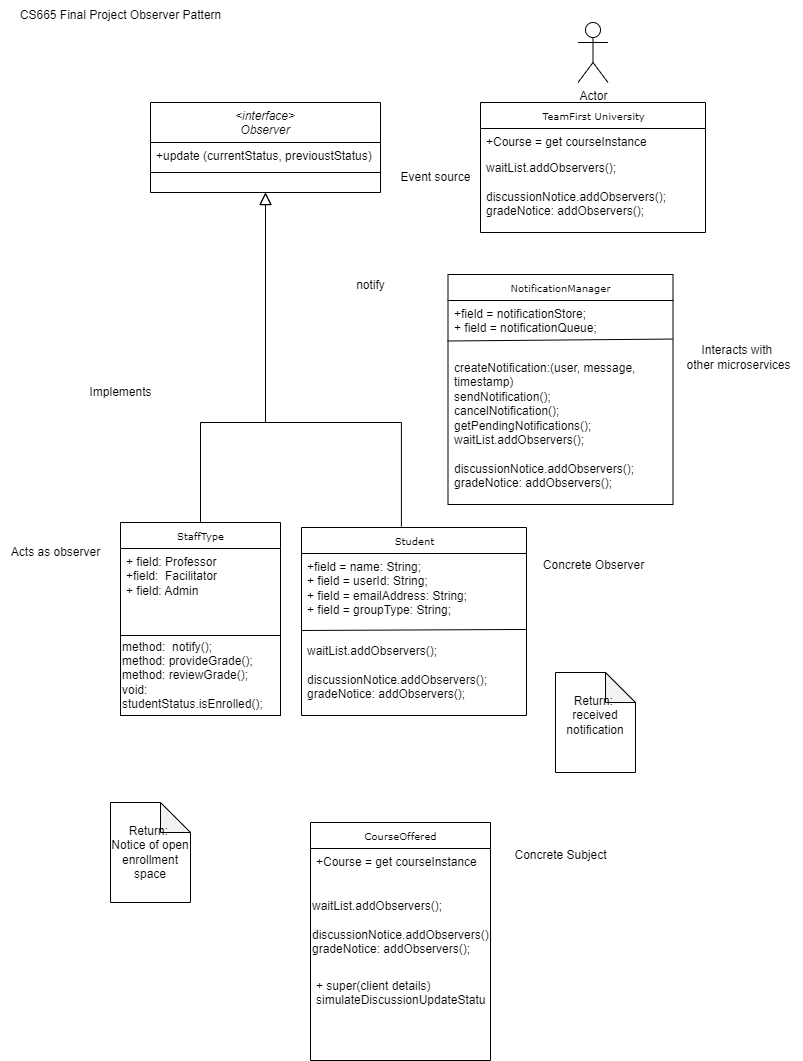
The draw.io diagram Observer Diag.drawio.png in jimmyjazz31/CSSFinalProject, before a commit. Source tidied: cells renumbered, new cells last; positions are measured from the earlier drawing's top-left corner, leaving out a move shared by most shapes.
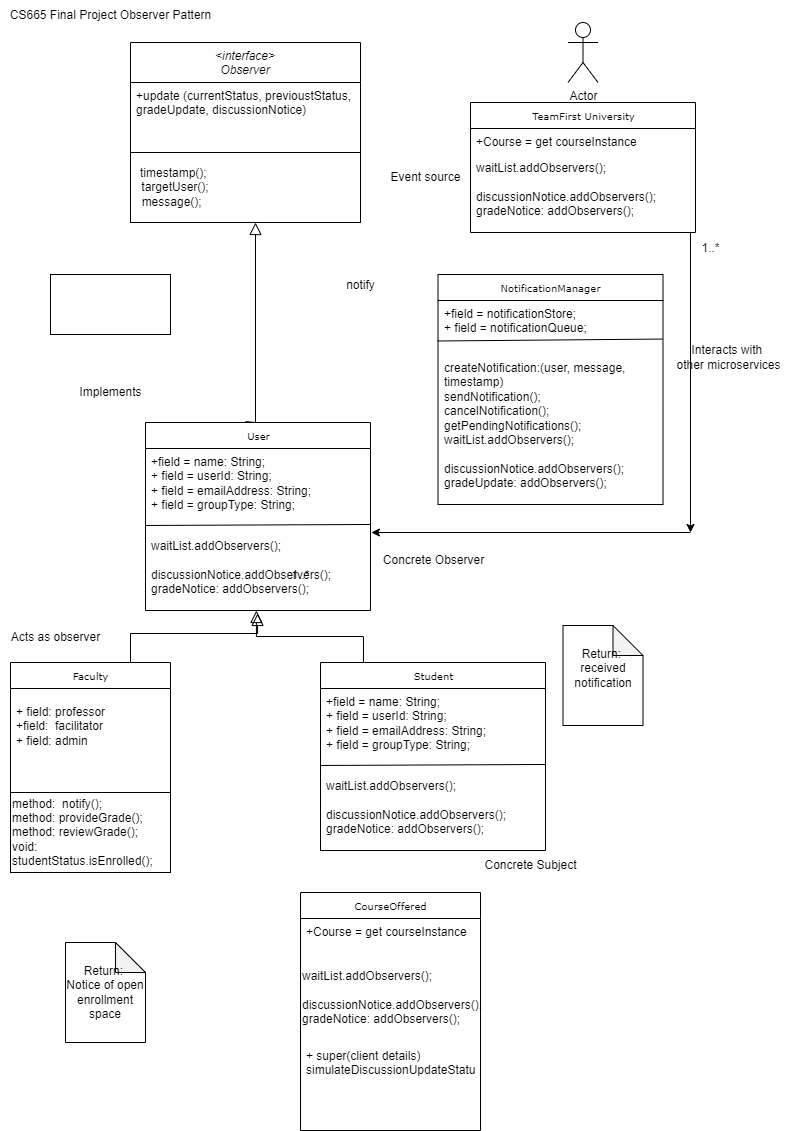
The same diagram one commit later.

Diff of the diagram source:
```diff
@@ -3,45 +3,36 @@
     <mxCell id="0" />
     <mxCell id="1" parent="0" />
     <mxCell id="2" value="&lt;interface&gt;&#10;Observer" style="swimlane;fontStyle=2;align=center;verticalAlign=top;horizontal=1;startSize=40;rounded=0;shadow=0;strokeWidth=1;" parent="1" vertex="1">
-      <mxGeometry x="150" y="102" width="230" height="90" as="geometry" />
+      <mxGeometry x="140" y="42" width="230" height="118" as="geometry" />
     </mxCell>
-    <mxCell id="3" value="+update (currentStatus, previoustStatus)" style="text;align=left;verticalAlign=top;spacingLeft=4;spacingRight=4;overflow=hidden;" parent="2" vertex="1">
-      <mxGeometry y="40" width="230" height="26" as="geometry" />
+    <mxCell id="3" value="+update (currentStatus, previoustStatus,&#10;gradeUpdate, discussionNotice)" style="text;align=left;verticalAlign=top;spacingLeft=4;spacingRight=4;overflow=hidden;" parent="2" vertex="1">
+      <mxGeometry y="40" width="230" height="70" as="geometry" />
     </mxCell>
     <mxCell id="4" style="line;html=1;strokeWidth=1;align=left;verticalAlign=middle;spacingTop=-1;spacingLeft=3;spacingRight=3;labelPosition=right;" parent="2" vertex="1">
-      <mxGeometry y="66" width="230" height="8" as="geometry" />
+      <mxGeometry y="110" width="230" height="8" as="geometry" />
     </mxCell>
-    <mxCell id="5" style="endArrow=block;endSize=10;endFill=0;shadow=0;strokeWidth=1;rounded=0;curved=0;edgeStyle=elbowEdgeStyle;elbow=vertical;exitX=0.5;exitY=0;exitDx=0;exitDy=0;" parent="1" edge="1" source="7" target="2">
-      <mxGeometry relative="1" as="geometry">
-        <Array as="points">
-          <mxPoint x="265" y="422" />
-        </Array>
-      </mxGeometry>
-    </mxCell>
-    <mxCell id="6" style="endArrow=block;endSize=10;endFill=0;shadow=0;strokeWidth=1;rounded=0;curved=0;edgeStyle=elbowEdgeStyle;elbow=vertical;exitX=0.444;exitY=-0.005;exitDx=0;exitDy=0;exitPerimeter=0;" parent="1" edge="1" source="23" target="2">
+    <mxCell id="6" style="endArrow=block;endSize=10;endFill=0;shadow=0;strokeWidth=1;rounded=0;curved=0;edgeStyle=elbowEdgeStyle;elbow=vertical;exitX=0.444;exitY=-0.005;exitDx=0;exitDy=0;exitPerimeter=0;" parent="1" edge="1" source="23">
       <mxGeometry relative="1" as="geometry">
+        <mxPoint x="265" y="222" as="targetPoint" />
         <Array as="points">
           <mxPoint x="265" y="422" />
         </Array>
       </mxGeometry>
     </mxCell>
-    <mxCell id="7" value="StaffType" style="swimlane;html=1;fontStyle=0;horizontal=1;startSize=26;fillColor=none;swimlaneFillColor=#ffffff;rounded=0;shadow=0;comic=0;labelBackgroundColor=none;strokeWidth=1;fontFamily=Verdana;fontSize=10;align=center;" parent="1" vertex="1">
-      <mxGeometry x="120" y="522" width="160" height="130" as="geometry" />
+    <mxCell id="7" value="Faculty" style="swimlane;html=1;fontStyle=0;horizontal=1;startSize=26;fillColor=none;swimlaneFillColor=#ffffff;rounded=0;shadow=0;comic=0;labelBackgroundColor=none;strokeWidth=1;fontFamily=Verdana;fontSize=10;align=center;" parent="1" vertex="1">
+      <mxGeometry x="20" y="662" width="160" height="130" as="geometry" />
     </mxCell>
-    <mxCell id="8" value="+ field: Professor&amp;nbsp;&lt;div&gt;+field:&amp;nbsp; Facilitator&amp;nbsp;&lt;/div&gt;&lt;div&gt;+ field: Admin&lt;/div&gt;" style="text;html=1;strokeColor=none;fillColor=none;align=left;verticalAlign=top;spacingLeft=4;spacingRight=4;whiteSpace=wrap;overflow=hidden;" parent="7" vertex="1">
-      <mxGeometry y="26" width="160" height="94" as="geometry" />
-    </mxCell>
     <mxCell id="9" value="Implements" style="text;html=1;align=center;verticalAlign=middle;strokeColor=none;fillColor=none;" parent="1" vertex="1">
       <mxGeometry x="75" y="377" width="90" height="30" as="geometry" />
     </mxCell>
     <mxCell id="10" value="method:&amp;nbsp; notify();&lt;div&gt;method: provideGrade();&lt;/div&gt;&lt;div&gt;method: reviewGrade();&lt;/div&gt;&lt;div&gt;void:&amp;nbsp;&lt;/div&gt;&lt;div&gt;studentStatus.isEnrolled();&lt;/div&gt;" style="rounded=0;whiteSpace=wrap;html=1;align=left;" parent="1" vertex="1">
-      <mxGeometry x="120" y="635" width="160" height="80" as="geometry" />
+      <mxGeometry x="20" y="792" width="160" height="80" as="geometry" />
     </mxCell>
     <mxCell id="11" value="Return:&amp;nbsp; Notice of open enrollment space" style="shape=note;whiteSpace=wrap;html=1;backgroundOutline=1;darkOpacity=0.05;" parent="1" vertex="1">
-      <mxGeometry x="110" y="802" width="80" height="100" as="geometry" />
+      <mxGeometry x="75" y="942" width="80" height="100" as="geometry" />
     </mxCell>
     <mxCell id="12" value="&lt;div&gt;CourseOffered&lt;/div&gt;" style="swimlane;html=1;fontStyle=0;horizontal=1;startSize=26;fillColor=none;swimlaneFillColor=#ffffff;rounded=0;shadow=0;comic=0;labelBackgroundColor=none;strokeWidth=1;fontFamily=Verdana;fontSize=10;align=center;" parent="1" vertex="1">
-      <mxGeometry x="310" y="822" width="180" height="238" as="geometry" />
+      <mxGeometry x="310" y="892" width="180" height="238" as="geometry" />
     </mxCell>
     <mxCell id="13" value="+Course = get courseInstance" style="text;html=1;strokeColor=none;fillColor=none;align=left;verticalAlign=top;spacingLeft=4;spacingRight=4;whiteSpace=wrap;overflow=hidden;" parent="12" vertex="1">
       <mxGeometry y="26" width="180" height="44" as="geometry" />
@@ -62,7 +53,7 @@
       <mxGeometry y="52" width="225" height="68" as="geometry" />
     </mxCell>
     <mxCell id="19" value="Acts as observer" style="text;html=1;align=center;verticalAlign=middle;strokeColor=none;fillColor=none;" parent="1" vertex="1">
-      <mxGeometry y="537" width="110" height="30" as="geometry" />
+      <mxGeometry x="10" y="622" width="110" height="30" as="geometry" />
     </mxCell>
     <mxCell id="20" value="notify" style="text;html=1;align=center;verticalAlign=middle;strokeColor=none;fillColor=none;" parent="1" vertex="1">
       <mxGeometry x="345" y="270" width="50" height="30" as="geometry" />
@@ -73,8 +64,8 @@
     <mxCell id="22" value="CS665 Final Project Observer Pattern" style="text;html=1;align=center;verticalAlign=middle;strokeColor=none;fillColor=none;" parent="1" vertex="1">
       <mxGeometry x="10" width="220" height="30" as="geometry" />
     </mxCell>
-    <mxCell id="23" value="Student" style="swimlane;html=1;fontStyle=0;horizontal=1;startSize=26;fillColor=none;swimlaneFillColor=#ffffff;rounded=0;shadow=0;comic=0;labelBackgroundColor=none;strokeWidth=1;fontFamily=Verdana;fontSize=10;align=center;" parent="1" vertex="1">
-      <mxGeometry x="301" y="527" width="225" height="188" as="geometry" />
+    <mxCell id="23" value="User" style="swimlane;html=1;fontStyle=0;horizontal=1;startSize=26;fillColor=none;swimlaneFillColor=#ffffff;rounded=0;shadow=0;comic=0;labelBackgroundColor=none;strokeWidth=1;fontFamily=Verdana;fontSize=10;align=center;" parent="1" vertex="1">
+      <mxGeometry x="155" y="422" width="225" height="188" as="geometry" />
     </mxCell>
     <mxCell id="24" value="+field = name: String;&amp;nbsp;&lt;div&gt;+ field = userId: String;&lt;/div&gt;&lt;div&gt;+ field = emailAddress: String;&lt;/div&gt;&lt;div&gt;+ field = groupType: String;&lt;/div&gt;" style="text;html=1;strokeColor=none;fillColor=none;align=left;verticalAlign=top;spacingLeft=4;spacingRight=4;whiteSpace=wrap;overflow=hidden;points=[[0,0.5],[1,0.5]];portConstraint=eastwest;" parent="23" vertex="1">
       <mxGeometry y="26" width="225" height="84" as="geometry" />
@@ -86,16 +77,16 @@
       <mxGeometry relative="1" as="geometry" />
     </mxCell>
     <mxCell id="27" value="Concrete Observer&lt;div&gt;&lt;br&gt;&lt;/div&gt;" style="text;html=1;align=center;verticalAlign=middle;strokeColor=none;fillColor=none;" parent="1" vertex="1">
-      <mxGeometry x="532.5" y="552" width="120" height="40" as="geometry" />
+      <mxGeometry x="382.5" y="547" width="120" height="40" as="geometry" />
     </mxCell>
     <mxCell id="28" value="Return:&amp;nbsp; received notification&lt;div&gt;&lt;br&gt;&lt;/div&gt;" style="shape=note;whiteSpace=wrap;html=1;backgroundOutline=1;darkOpacity=0.05;" parent="1" vertex="1">
-      <mxGeometry x="555" y="672" width="80" height="100" as="geometry" />
+      <mxGeometry x="572.5" y="625" width="80" height="100" as="geometry" />
     </mxCell>
     <mxCell id="29" value="Actor" style="shape=umlActor;verticalLabelPosition=bottom;verticalAlign=top;html=1;" parent="1" vertex="1">
       <mxGeometry x="577.5" y="22" width="30" height="60" as="geometry" />
     </mxCell>
     <mxCell id="30" value="Concrete Subject&lt;div&gt;&lt;br&gt;&lt;/div&gt;" style="text;html=1;align=center;verticalAlign=middle;strokeColor=none;fillColor=none;" parent="1" vertex="1">
-      <mxGeometry x="500" y="842" width="120" height="40" as="geometry" />
+      <mxGeometry x="480" y="852" width="120" height="40" as="geometry" />
     </mxCell>
     <mxCell id="31" value="NotificationManager" style="swimlane;html=1;fontStyle=0;horizontal=1;startSize=26;fillColor=none;swimlaneFillColor=#ffffff;rounded=0;shadow=0;comic=0;labelBackgroundColor=none;strokeWidth=1;fontFamily=Verdana;fontSize=10;align=center;" parent="1" vertex="1">
       <mxGeometry x="447.5" y="274" width="225" height="230" as="geometry" />
@@ -103,7 +94,7 @@
     <mxCell id="32" value="+field = notificationStore;&amp;nbsp;&lt;div&gt;+ field = notificationQueue;&lt;/div&gt;&lt;div&gt;&lt;br&gt;&lt;/div&gt;" style="text;html=1;strokeColor=none;fillColor=none;align=left;verticalAlign=top;spacingLeft=4;spacingRight=4;whiteSpace=wrap;overflow=hidden;" parent="31" vertex="1">
       <mxGeometry y="26" width="225" height="54" as="geometry" />
     </mxCell>
-    <mxCell id="33" value="createNotification:(user, message, timestamp)&lt;div&gt;sendNotification();&lt;/div&gt;&lt;div&gt;cancelNotification();&lt;/div&gt;&lt;div&gt;getPendingNotifications();&lt;/div&gt;&lt;div&gt;waitList.addObservers();&lt;div&gt;&lt;br&gt;&lt;/div&gt;&lt;div&gt;discussionNotice.addObservers();&lt;/div&gt;&lt;div&gt;gradeNotice: addObservers();&lt;/div&gt;&lt;/div&gt;" style="text;html=1;strokeColor=none;fillColor=none;align=left;verticalAlign=top;spacingLeft=4;spacingRight=4;whiteSpace=wrap;overflow=hidden;points=[[0,0.5],[1,0.5]];portConstraint=eastwest;" parent="31" vertex="1">
+    <mxCell id="33" value="createNotification:(user, message, timestamp)&lt;div&gt;sendNotification();&lt;/div&gt;&lt;div&gt;cancelNotification();&lt;/div&gt;&lt;div&gt;getPendingNotifications();&lt;/div&gt;&lt;div&gt;waitList.addObservers();&lt;div&gt;&lt;br&gt;&lt;/div&gt;&lt;div&gt;discussionNotice.addObservers();&lt;/div&gt;&lt;div&gt;gradeUpdate: addObservers();&lt;/div&gt;&lt;/div&gt;" style="text;html=1;strokeColor=none;fillColor=none;align=left;verticalAlign=top;spacingLeft=4;spacingRight=4;whiteSpace=wrap;overflow=hidden;points=[[0,0.5],[1,0.5]];portConstraint=eastwest;" parent="31" vertex="1">
       <mxGeometry y="80" width="225" height="150" as="geometry" />
     </mxCell>
     <mxCell id="34" style="endArrow=none;html=1;rounded=0;exitX=-0.002;exitY=-0.09;exitDx=0;exitDy=0;exitPerimeter=0;entryX=0.998;entryY=-0.103;entryDx=0;entryDy=0;entryPerimeter=0;" parent="31" edge="1" source="33" target="33">
@@ -112,5 +103,53 @@
     <mxCell id="35" value="Interacts with&amp;nbsp;&lt;div&gt;other microservices&lt;/div&gt;" style="text;html=1;align=center;verticalAlign=middle;strokeColor=none;fillColor=none;" parent="1" vertex="1">
       <mxGeometry x="672.5" y="337" width="130" height="40" as="geometry" />
     </mxCell>
+    <mxCell id="36" style="endArrow=classic;html=1;rounded=0;" parent="1" edge="1">
+      <mxGeometry relative="1" as="geometry">
+        <mxPoint x="700" y="232" as="sourcePoint" />
+        <mxPoint x="700" y="532" as="targetPoint" />
+      </mxGeometry>
+    </mxCell>
+    <mxCell id="37" style="endArrow=classic;html=1;rounded=0;entryX=1.004;entryY=1;entryDx=0;entryDy=0;entryPerimeter=0;" parent="1" edge="1" target="24">
+      <mxGeometry relative="1" as="geometry">
+        <mxPoint x="700" y="532" as="sourcePoint" />
+      </mxGeometry>
+    </mxCell>
+    <mxCell id="38" value="1..*&lt;div&gt;&lt;br&gt;&lt;/div&gt;" style="text;html=1;align=center;verticalAlign=middle;strokeColor=none;fillColor=none;" parent="1" vertex="1">
+      <mxGeometry x="700" y="235" width="40" height="40" as="geometry" />
+    </mxCell>
+    <mxCell id="39" value="1..*" style="text;html=1;align=center;verticalAlign=middle;strokeColor=none;fillColor=none;" parent="1" vertex="1">
+      <mxGeometry x="290" y="560" width="40" height="30" as="geometry" />
+    </mxCell>
+    <mxCell id="40" value="Student" style="swimlane;html=1;fontStyle=0;horizontal=1;startSize=26;fillColor=none;swimlaneFillColor=#ffffff;rounded=0;shadow=0;comic=0;labelBackgroundColor=none;strokeWidth=1;fontFamily=Verdana;fontSize=10;align=center;" parent="1" vertex="1">
+      <mxGeometry x="330" y="662" width="225" height="188" as="geometry" />
+    </mxCell>
+    <mxCell id="41" value="+field = name: String;&amp;nbsp;&lt;div&gt;+ field = userId: String;&lt;/div&gt;&lt;div&gt;+ field = emailAddress: String;&lt;/div&gt;&lt;div&gt;+ field = groupType: String;&lt;/div&gt;" style="text;html=1;strokeColor=none;fillColor=none;align=left;verticalAlign=top;spacingLeft=4;spacingRight=4;whiteSpace=wrap;overflow=hidden;" parent="40" vertex="1">
+      <mxGeometry y="26" width="225" height="84" as="geometry" />
+    </mxCell>
+    <mxCell id="42" value="waitList.addObservers();&lt;div&gt;&lt;br&gt;&lt;/div&gt;&lt;div&gt;discussionNotice.addObservers();&lt;/div&gt;&lt;div&gt;gradeNotice: addObservers();&lt;/div&gt;" style="text;html=1;strokeColor=none;fillColor=none;align=left;verticalAlign=top;spacingLeft=4;spacingRight=4;whiteSpace=wrap;overflow=hidden;points=[[0,0.5],[1,0.5]];portConstraint=eastwest;" parent="40" vertex="1">
+      <mxGeometry y="110" width="225" height="78" as="geometry" />
+    </mxCell>
+    <mxCell id="43" style="endArrow=none;html=1;rounded=0;exitX=-0.002;exitY=-0.09;exitDx=0;exitDy=0;exitPerimeter=0;entryX=0.998;entryY=-0.103;entryDx=0;entryDy=0;entryPerimeter=0;" parent="40" edge="1" source="42" target="42">
+      <mxGeometry relative="1" as="geometry" />
+    </mxCell>
+    <mxCell id="44" style="rounded=0;whiteSpace=wrap;html=1;" parent="1" vertex="1">
+      <mxGeometry x="60" y="274" width="120" height="60" as="geometry" />
+    </mxCell>
+    <mxCell id="45" value="timestamp();&amp;nbsp; &amp;nbsp; &amp;nbsp; &amp;nbsp; &amp;nbsp; &amp;nbsp; &amp;nbsp; &amp;nbsp; &amp;nbsp; &amp;nbsp; &amp;nbsp; &amp;nbsp; &amp;nbsp; &amp;nbsp; &amp;nbsp; &amp;nbsp; &amp;nbsp; &amp;nbsp; &amp;nbsp; &amp;nbsp; &amp;nbsp; &amp;nbsp;&lt;div&gt;targetUser();&amp;nbsp; &amp;nbsp; &amp;nbsp; &amp;nbsp; &amp;nbsp; &amp;nbsp; &amp;nbsp; &amp;nbsp; &amp;nbsp; &amp;nbsp; &amp;nbsp; &amp;nbsp; &amp;nbsp; &amp;nbsp; &amp;nbsp; &amp;nbsp; &amp;nbsp; &amp;nbsp; &amp;nbsp; &amp;nbsp; &amp;nbsp;&amp;nbsp;&lt;/div&gt;&lt;div&gt;message();&amp;nbsp; &amp;nbsp; &amp;nbsp; &amp;nbsp; &amp;nbsp; &amp;nbsp; &amp;nbsp; &amp;nbsp; &amp;nbsp; &amp;nbsp; &amp;nbsp; &amp;nbsp; &amp;nbsp; &amp;nbsp; &amp;nbsp; &amp;nbsp; &amp;nbsp; &amp;nbsp; &amp;nbsp; &amp;nbsp; &amp;nbsp; &amp;nbsp;&amp;nbsp;&lt;/div&gt;" style="rounded=0;whiteSpace=wrap;html=1;" parent="1" vertex="1">
+      <mxGeometry x="140" y="152" width="230" height="70" as="geometry" />
+    </mxCell>
+    <mxCell id="8" value="+ field: professor&amp;nbsp;&lt;div&gt;+field:&amp;nbsp; facilitator&amp;nbsp;&lt;/div&gt;&lt;div&gt;+ field: admin&lt;/div&gt;" style="text;html=1;strokeColor=none;fillColor=none;align=left;verticalAlign=top;spacingLeft=4;spacingRight=4;whiteSpace=wrap;overflow=hidden;" parent="1" vertex="1">
+      <mxGeometry x="20" y="698" width="160" height="94" as="geometry" />
+    </mxCell>
+    <mxCell id="46" style="endArrow=block;endSize=10;endFill=0;shadow=0;strokeWidth=1;rounded=0;curved=0;edgeStyle=elbowEdgeStyle;elbow=vertical;exitX=0.75;exitY=0;exitDx=0;exitDy=0;entryX=0.498;entryY=1.038;entryDx=0;entryDy=0;entryPerimeter=0;" parent="1" edge="1" source="7" target="25">
+      <mxGeometry relative="1" as="geometry">
+        <Array as="points">
+          <mxPoint x="280" y="633" />
+        </Array>
+      </mxGeometry>
+    </mxCell>
+    <mxCell id="47" style="endArrow=block;endSize=10;endFill=0;shadow=0;strokeWidth=1;rounded=0;curved=0;edgeStyle=elbowEdgeStyle;elbow=vertical;exitX=0.191;exitY=0;exitDx=0;exitDy=0;entryX=0.493;entryY=1;entryDx=0;entryDy=0;entryPerimeter=0;exitPerimeter=0;" parent="1" edge="1" source="40" target="25">
+      <mxGeometry relative="1" as="geometry" />
+    </mxCell>
   </root>
 </mxGraphModel>
```
